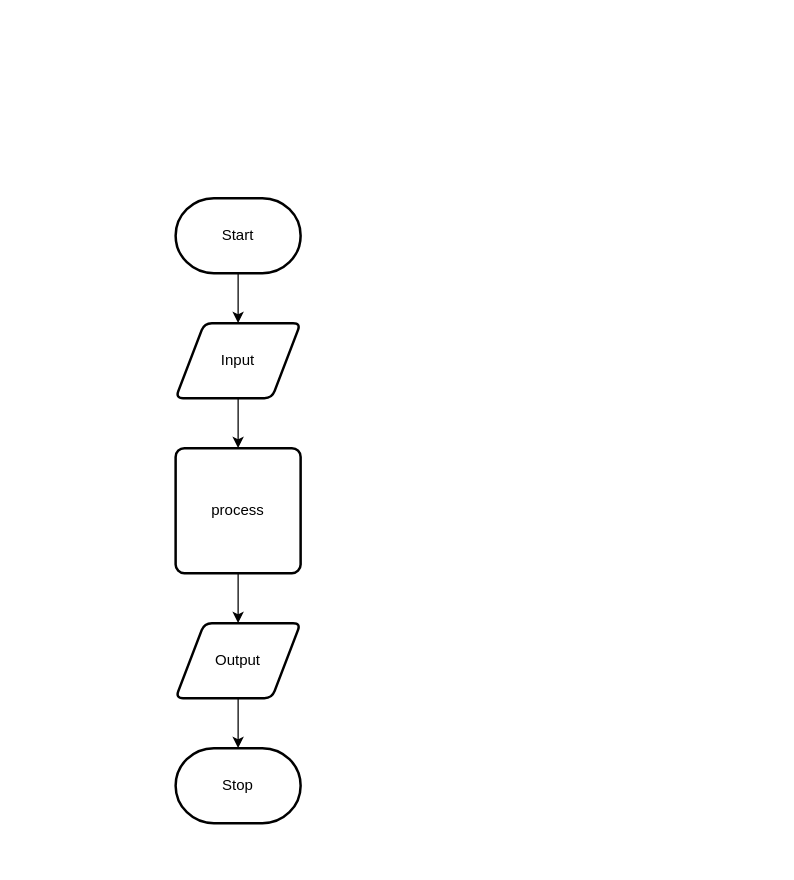
Above: design/flow-chart.drawio in Emmanuel-Fofeyin/ICS20assignment5-html (draw.io), before the change. Source tidied: cells renumbered, new cells numbered last; positions are measured from the earlier drawing's top-left corner, leaving out a move shared by most shapes. Both pictures are drawn from the tidied source at 125%, with x=0, y=0 at pixel (175, 198).
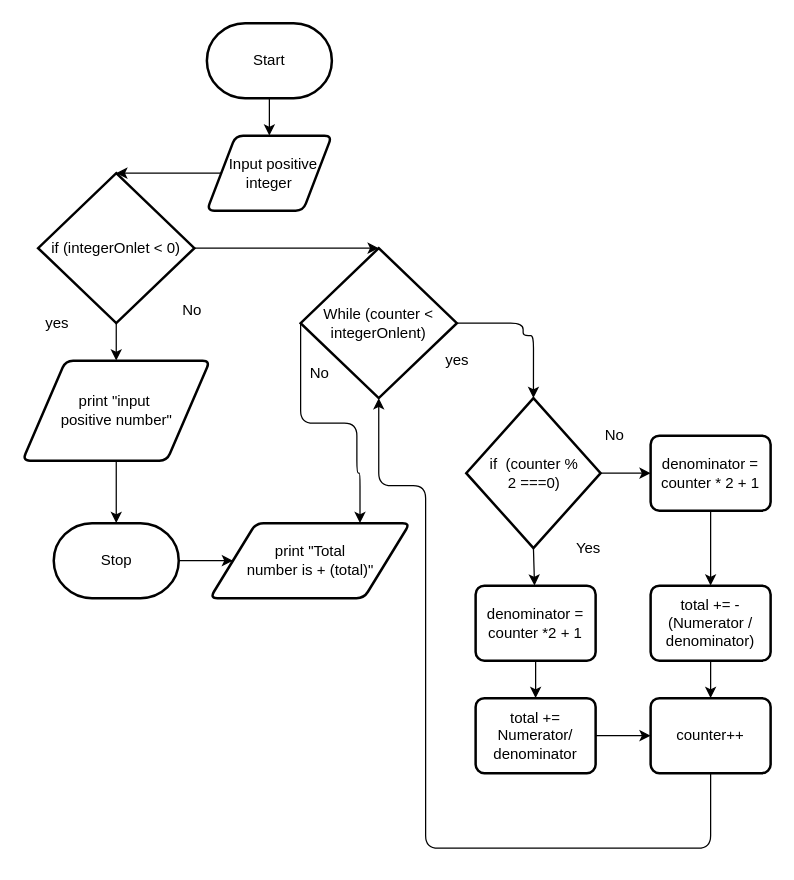
After the change.

Commit message (it also covers changes not shown here):
one down one to go

Diff of the diagram source:
```diff
@@
     <mxCell id="3" value="Start" style="strokeWidth=2;html=1;shape=mxgraph.flowchart.terminator;whiteSpace=wrap;" parent="1" vertex="1">
-      <mxGeometry width="100" height="60" as="geometry" />
+      <mxGeometry x="25" y="-140" width="100" height="60" as="geometry" />
     </mxCell>
-    <mxCell id="4" style="edgeStyle=none;html=1;" parent="1" edge="1" source="5" target="7">
+    <mxCell id="4" style="edgeStyle=none;html=1;entryX=0.5;entryY=0;entryDx=0;entryDy=0;entryPerimeter=0;" parent="1" edge="1" source="5" target="11">
       <mxGeometry relative="1" as="geometry" />
     </mxCell>
-    <mxCell id="5" value="Input" style="shape=parallelogram;html=1;strokeWidth=2;perimeter=parallelogramPerimeter;whiteSpace=wrap;rounded=1;arcSize=12;size=0.23;" parent="1" vertex="1">
-      <mxGeometry y="100" width="100" height="60" as="geometry" />
+    <mxCell id="5" value="&amp;nbsp; Input positive integer" style="shape=parallelogram;html=1;strokeWidth=2;perimeter=parallelogramPerimeter;whiteSpace=wrap;rounded=1;arcSize=12;size=0.23;" parent="1" vertex="1">
+      <mxGeometry x="25" y="-50" width="100" height="60" as="geometry" />
     </mxCell>
-    <mxCell id="6" style="edgeStyle=none;html=1;" parent="1" edge="1" source="7" target="9">
-      <mxGeometry relative="1" as="geometry" />
-    </mxCell>
-    <mxCell id="7" value="process" style="rounded=1;whiteSpace=wrap;html=1;absoluteArcSize=1;arcSize=14;strokeWidth=2;" parent="1" vertex="1">
-      <mxGeometry y="200" width="100" height="100" as="geometry" />
-    </mxCell>
-    <mxCell id="8" style="edgeStyle=none;html=1;" parent="1" edge="1" source="9" target="10">
+    <mxCell id="8" style="edgeStyle=none;html=1;exitX=0.5;exitY=1;exitDx=0;exitDy=0;" parent="1" edge="1" source="13" target="10">
       <mxGeometry relative="1" as="geometry" />
     </mxCell>
-    <mxCell id="9" value="Output" style="shape=parallelogram;html=1;strokeWidth=2;perimeter=parallelogramPerimeter;whiteSpace=wrap;rounded=1;arcSize=12;size=0.23;" parent="1" vertex="1">
-      <mxGeometry y="340" width="100" height="60" as="geometry" />
-    </mxCell>
     <mxCell id="10" value="Stop" style="strokeWidth=2;html=1;shape=mxgraph.flowchart.terminator;whiteSpace=wrap;" parent="1" vertex="1">
-      <mxGeometry y="440" width="100" height="60" as="geometry" />
+      <mxGeometry x="-97.5" y="260" width="100" height="60" as="geometry" />
     </mxCell>
+    <mxCell id="11" value="if (integerOnlet &amp;lt; 0)" style="strokeWidth=2;html=1;shape=mxgraph.flowchart.decision;whiteSpace=wrap;" parent="1" vertex="1">
+      <mxGeometry x="-110" y="-20" width="125" height="120" as="geometry" />
+    </mxCell>
+    <mxCell id="12" style="edgeStyle=none;html=1;exitX=0.5;exitY=1;exitDx=0;exitDy=0;exitPerimeter=0;entryX=0.5;entryY=0;entryDx=0;entryDy=0;" parent="1" edge="1" source="11" target="13">
+      <mxGeometry relative="1" as="geometry" />
+    </mxCell>
+    <mxCell id="13" value="print &quot;input&amp;nbsp;&lt;br&gt;positive number&quot;" style="shape=parallelogram;html=1;strokeWidth=2;perimeter=parallelogramPerimeter;whiteSpace=wrap;rounded=1;arcSize=12;size=0.23;" parent="1" vertex="1">
+      <mxGeometry x="-122.5" y="130" width="150" height="80" as="geometry" />
+    </mxCell>
+    <mxCell id="14" value="yes" style="text;html=1;align=center;verticalAlign=middle;strokeColor=none;fillColor=none;" parent="1" vertex="1">
+      <mxGeometry x="-110" y="90" width="30" height="20" as="geometry" />
+    </mxCell>
+    <mxCell id="15" value="No&lt;br&gt;" style="text;html=1;align=center;verticalAlign=middle;strokeColor=none;fillColor=none;" parent="1" vertex="1">
+      <mxGeometry x="-2.5" y="80" width="30" height="20" as="geometry" />
+    </mxCell>
+    <mxCell id="16" value="While (counter &amp;lt;&lt;br&gt;integerOnlent)" style="strokeWidth=2;html=1;shape=mxgraph.flowchart.decision;whiteSpace=wrap;" parent="1" vertex="1">
+      <mxGeometry x="100" y="40" width="125" height="120" as="geometry" />
+    </mxCell>
+    <mxCell id="17" style="edgeStyle=none;html=1;exitX=1;exitY=0.5;exitDx=0;exitDy=0;exitPerimeter=0;entryX=0.5;entryY=0;entryDx=0;entryDy=0;entryPerimeter=0;" parent="1" edge="1" source="11" target="16">
+      <mxGeometry relative="1" as="geometry" />
+    </mxCell>
+    <mxCell id="18" style="edgeStyle=segmentEdgeStyle;endArrow=classic;html=1;exitX=0;exitY=0.5;exitDx=0;exitDy=0;exitPerimeter=0;entryX=0.75;entryY=0;entryDx=0;entryDy=0;entryPerimeter=0;" parent="1" edge="1" source="16" target="19">
+      <mxGeometry relative="1" as="geometry">
+        <Array as="points">
+          <mxPoint x="100" y="180" />
+          <mxPoint x="145" y="180" />
+          <mxPoint x="145" y="220" />
+          <mxPoint x="148" y="220" />
+        </Array>
+      </mxGeometry>
+    </mxCell>
+    <mxCell id="19" value="print &quot;Total&lt;br&gt;number is + (total)&quot;" style="shape=parallelogram;html=1;strokeWidth=2;perimeter=parallelogramPerimeter;whiteSpace=wrap;rounded=1;arcSize=12;size=0.23;" parent="1" vertex="1">
+      <mxGeometry x="27.5" y="260" width="160" height="60" as="geometry" />
+    </mxCell>
+    <mxCell id="20" style="edgeStyle=none;html=1;exitX=1;exitY=0.5;exitDx=0;exitDy=0;exitPerimeter=0;entryX=0;entryY=0.5;entryDx=0;entryDy=0;" parent="1" edge="1" source="10" target="19">
+      <mxGeometry relative="1" as="geometry" />
+    </mxCell>
+    <mxCell id="21" value="No" style="text;html=1;align=center;verticalAlign=middle;strokeColor=none;fillColor=none;" parent="1" vertex="1">
+      <mxGeometry x="100" y="130" width="30" height="20" as="geometry" />
+    </mxCell>
+    <mxCell id="22" value="yes" style="text;html=1;align=center;verticalAlign=middle;strokeColor=none;fillColor=none;" parent="1" vertex="1">
+      <mxGeometry x="210" y="120" width="30" height="20" as="geometry" />
+    </mxCell>
+    <mxCell id="23" style="edgeStyle=segmentEdgeStyle;endArrow=classic;html=1;exitX=1;exitY=0.5;exitDx=0;exitDy=0;exitPerimeter=0;entryX=0;entryY=0.5;entryDx=0;entryDy=0;entryPerimeter=0;" parent="1" edge="1" source="16" target="24">
+      <mxGeometry relative="1" as="geometry">
+        <Array as="points">
+          <mxPoint x="278" y="100" />
+          <mxPoint x="278" y="110" />
+        </Array>
+      </mxGeometry>
+    </mxCell>
+    <mxCell id="24" value="if&amp;nbsp; (counter %&lt;br&gt;2 ===0)" style="strokeWidth=2;html=1;shape=mxgraph.flowchart.decision;whiteSpace=wrap;direction=south;" parent="1" vertex="1">
+      <mxGeometry x="232.5" y="160" width="107.5" height="120" as="geometry" />
+    </mxCell>
+    <mxCell id="25" style="edgeStyle=none;html=1;exitX=1;exitY=0.5;exitDx=0;exitDy=0;exitPerimeter=0;" parent="1" edge="1" source="24" target="26">
+      <mxGeometry relative="1" as="geometry" />
+    </mxCell>
+    <mxCell id="26" value="denominator =&lt;br&gt;counter *2 + 1" style="rounded=1;whiteSpace=wrap;html=1;absoluteArcSize=1;arcSize=14;strokeWidth=2;" parent="1" vertex="1">
+      <mxGeometry x="240" y="310" width="96" height="60" as="geometry" />
+    </mxCell>
+    <mxCell id="27" style="edgeStyle=none;html=1;exitX=0.5;exitY=1;exitDx=0;exitDy=0;entryX=0.5;entryY=0;entryDx=0;entryDy=0;" parent="1" edge="1" source="26" target="28">
+      <mxGeometry relative="1" as="geometry" />
+    </mxCell>
+    <mxCell id="28" value="total += Numerator/ denominator" style="rounded=1;whiteSpace=wrap;html=1;absoluteArcSize=1;arcSize=14;strokeWidth=2;" parent="1" vertex="1">
+      <mxGeometry x="240" y="400" width="96" height="60" as="geometry" />
+    </mxCell>
+    <mxCell id="29" style="edgeStyle=none;html=1;exitX=1;exitY=0.5;exitDx=0;exitDy=0;entryX=0;entryY=0.5;entryDx=0;entryDy=0;" parent="1" edge="1" source="28" target="30">
+      <mxGeometry relative="1" as="geometry" />
+    </mxCell>
+    <mxCell id="30" value="counter++" style="rounded=1;whiteSpace=wrap;html=1;absoluteArcSize=1;arcSize=14;strokeWidth=2;" parent="1" vertex="1">
+      <mxGeometry x="380" y="400" width="96" height="60" as="geometry" />
+    </mxCell>
+    <mxCell id="31" style="edgeStyle=none;html=1;entryX=0.5;entryY=0;entryDx=0;entryDy=0;exitX=0.5;exitY=1;exitDx=0;exitDy=0;" parent="1" edge="1" source="32" target="30">
+      <mxGeometry relative="1" as="geometry" />
+    </mxCell>
+    <mxCell id="32" value="total += -&lt;br&gt;(Numerator /&lt;br&gt;denominator)" style="rounded=1;whiteSpace=wrap;html=1;absoluteArcSize=1;arcSize=14;strokeWidth=2;" parent="1" vertex="1">
+      <mxGeometry x="380" y="310" width="96" height="60" as="geometry" />
+    </mxCell>
+    <mxCell id="33" value="denominator =&lt;br&gt;counter * 2 + 1" style="rounded=1;whiteSpace=wrap;html=1;absoluteArcSize=1;arcSize=14;strokeWidth=2;" parent="1" vertex="1">
+      <mxGeometry x="380" y="190" width="96" height="60" as="geometry" />
+    </mxCell>
+    <mxCell id="34" style="edgeStyle=none;html=1;entryX=0.5;entryY=0;entryDx=0;entryDy=0;exitX=0.5;exitY=1;exitDx=0;exitDy=0;" parent="1" edge="1" source="33" target="32">
+      <mxGeometry relative="1" as="geometry" />
+    </mxCell>
+    <mxCell id="35" style="edgeStyle=none;html=1;exitX=0.5;exitY=0;exitDx=0;exitDy=0;exitPerimeter=0;entryX=0;entryY=0.5;entryDx=0;entryDy=0;" parent="1" edge="1" source="24" target="33">
+      <mxGeometry relative="1" as="geometry" />
+    </mxCell>
+    <mxCell id="36" style="edgeStyle=segmentEdgeStyle;endArrow=classic;html=1;entryX=0.5;entryY=1;entryDx=0;entryDy=0;entryPerimeter=0;exitX=0.5;exitY=1;exitDx=0;exitDy=0;" parent="1" edge="1" source="30" target="16">
+      <mxGeometry relative="1" as="geometry">
+        <Array as="points">
+          <mxPoint x="428" y="520" />
+          <mxPoint x="200" y="520" />
+          <mxPoint x="200" y="230" />
+          <mxPoint x="163" y="230" />
+        </Array>
+      </mxGeometry>
+    </mxCell>
+    <mxCell id="37" value="No" style="text;html=1;align=center;verticalAlign=middle;strokeColor=none;fillColor=none;" parent="1" vertex="1">
+      <mxGeometry x="336" y="180" width="30" height="20" as="geometry" />
+    </mxCell>
+    <mxCell id="38" value="Yes" style="text;html=1;align=center;verticalAlign=middle;strokeColor=none;fillColor=none;" parent="1" vertex="1">
+      <mxGeometry x="310" y="270" width="40" height="20" as="geometry" />
+    </mxCell>
```
